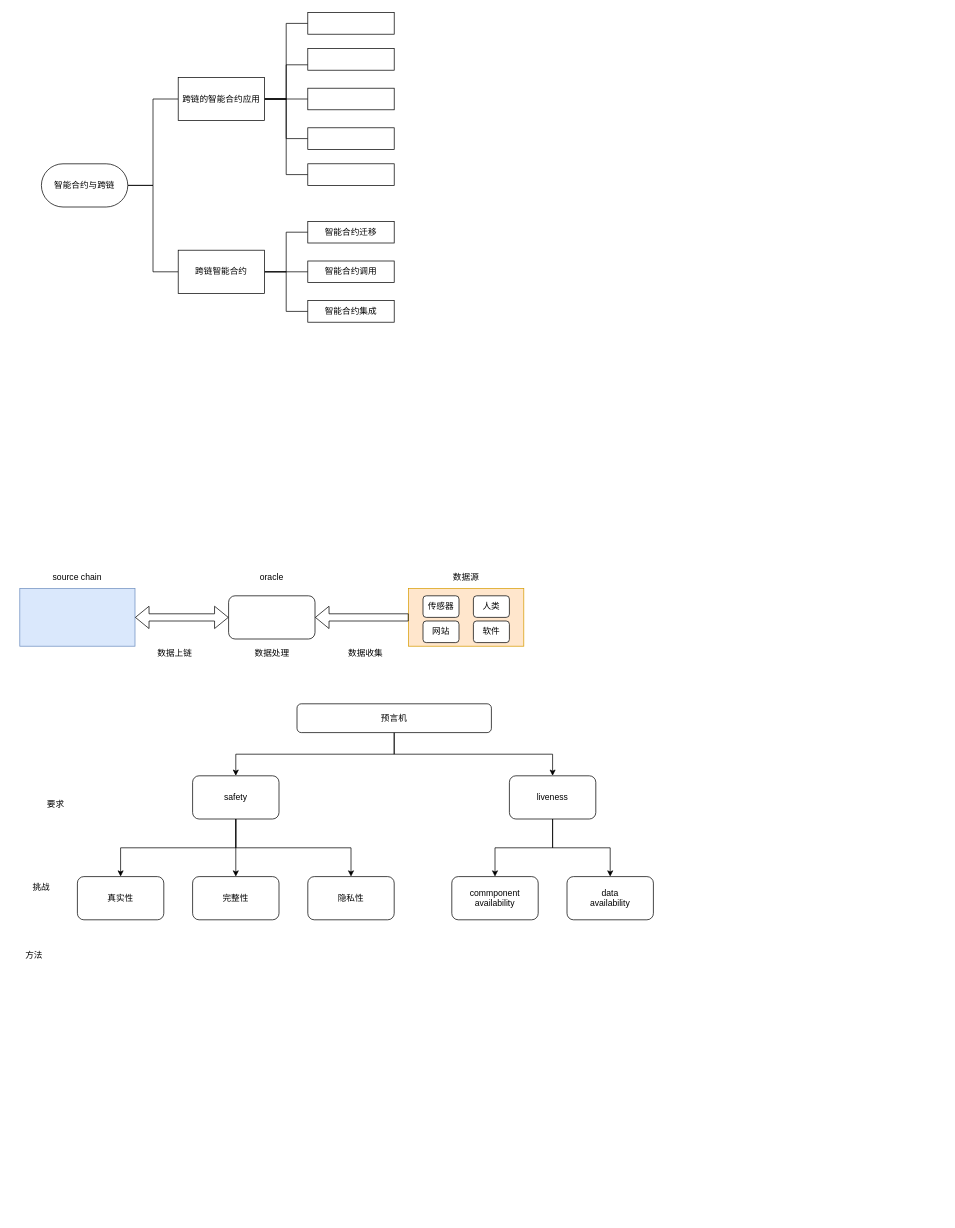
Earlier version of the draw.io diagram 未命名绘图.drawio (hzhdl/crosschain_SC). Source tidied: cells renumbered, new cells numbered last; positions are measured from the earlier drawing's top-left corner, leaving out a move shared by most shapes. Both pictures are drawn from the tidied source at 72%, with x=0, y=0 at pixel (12, 12). Pictures stored in the file or linked from it are replaced by grey dashed boxes.
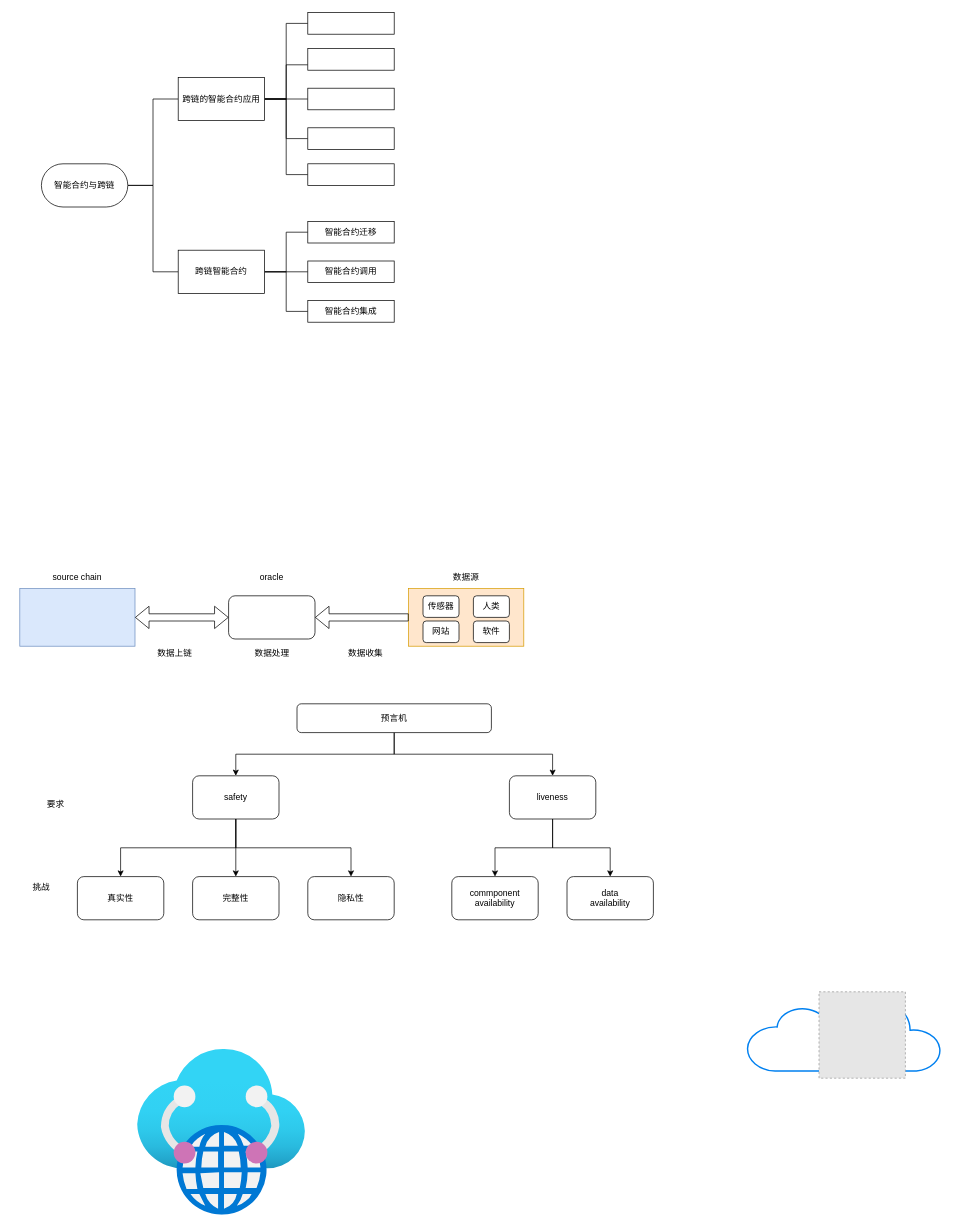
The same page after the edit.

Commit message:
更新未命名绘图.drawio

What changed in the source:
```diff
@@
-    <mxCell id="55" value="方法" style="text;html=1;strokeColor=none;fillColor=none;align=center;verticalAlign=middle;whiteSpace=wrap;rounded=0;" parent="1" vertex="1">
-      <mxGeometry y="1295" width="60" height="30" as="geometry" />
-    </mxCell>
+    <mxCell id="56" style="html=1;verticalLabelPosition=bottom;align=center;labelBackgroundColor=#ffffff;verticalAlign=top;strokeWidth=2;strokeColor=#0080F0;shadow=0;dashed=0;shape=mxgraph.ios7.icons.cloud;" parent="1" vertex="1">
+      <mxGeometry x="1020" y="1360" width="270" height="110" as="geometry" />
+    </mxCell>
+    <mxCell id="57" style="html=1;align=center;image;fontSize=12;image=img/lib/azure2/networking/Virtual_WANs.svg;" parent="1" vertex="1">
+      <mxGeometry x="173.2" y="1440" width="233.6" height="230" as="geometry" />
+    </mxCell>
+    <mxCell id="58" style="fillColor=#E6E6E6;strokeColor=#999999;dashed=1;verticalLabelPosition=bottom;verticalAlign=top;" parent="1" vertex="1">
+      <mxGeometry x="1120" y="1360" width="120" height="120" as="geometry" />
+    </mxCell>
```
